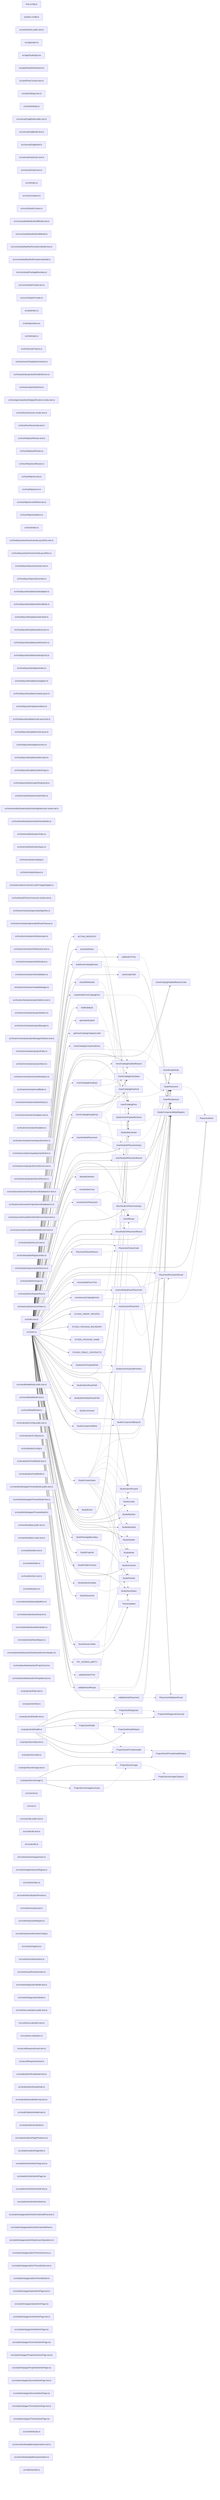
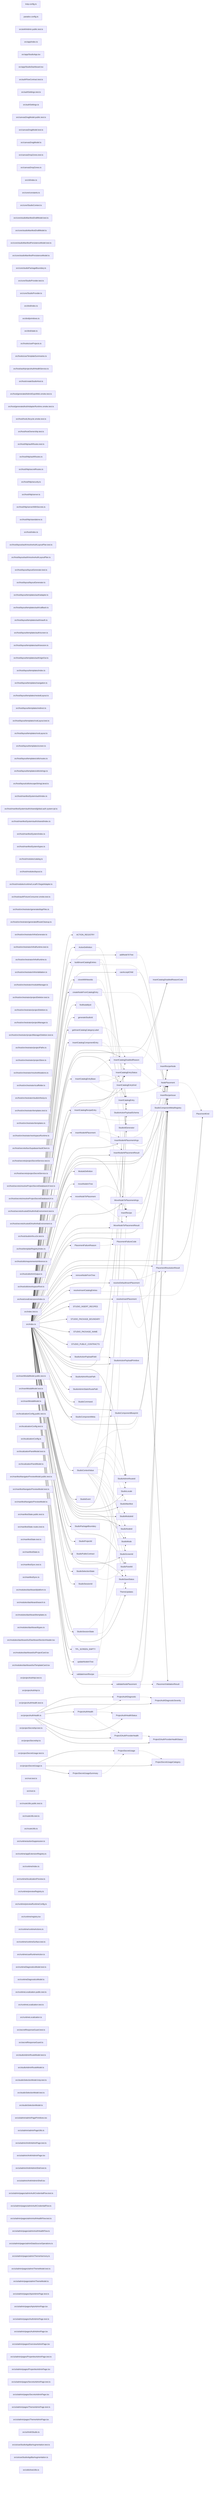
graph LR
  module_knip_config_ts["knip.config.ts"]
  module_paradox_config_ts["paradox.config.ts"]
  module_src_ankhAdmin_public_test_ts["src/ankhAdmin.public.test.ts"]
  module_src_app_index_ts["src/app/index.ts"]
  module_src_app_StudioApp_tsx["src/app/StudioApp.tsx"]
  module_src_app_StudioDashboard_tsx["src/app/StudioDashboard.tsx"]
  module_src_authFlowContract_test_ts["src/authFlowContract.test.ts"]
  module_src_authSettings_test_ts["src/authSettings.test.ts"]
  module_src_authSettings_ts["src/authSettings.ts"]
  module_src_canvasDragModel_public_test_ts["src/canvasDragModel.public.test.ts"]
  module_src_canvasDragModel_test_ts["src/canvasDragModel.test.ts"]
  module_src_canvasDragModel_ts["src/canvasDragModel.ts"]
  module_src_canvasDropZones_test_ts["src/canvasDropZones.test.ts"]
  module_src_canvasDropZones_ts["src/canvasDropZones.ts"]
  module_src_cli_index_ts["src/cli/index.ts"]
  module_src_core_constants_ts["src/core/constants.ts"]
  module_src_core_StudioContext_ts["src/core/StudioContext.ts"]
  module_src_core_studioManifestDraftModel_test_ts["src/core/studioManifestDraftModel.test.ts"]
  module_src_core_studioManifestDraftModel_ts["src/core/studioManifestDraftModel.ts"]
  module_src_core_studioManifestPersistenceModel_test_ts["src/core/studioManifestPersistenceModel.test.ts"]
  module_src_core_studioManifestPersistenceModel_ts["src/core/studioManifestPersistenceModel.ts"]
  module_src_core_studioPackageBoundary_ts["src/core/studioPackageBoundary.ts"]
  module_src_core_StudioProvider_test_ts["src/core/StudioProvider.test.ts"]
  module_src_core_StudioProvider_ts["src/core/StudioProvider.ts"]
  module_src_dnd_index_ts["src/dnd/index.ts"]
  module_src_dnd_primitives_ts["src/dnd/primitives.ts"]
  module_src_dnd_state_ts["src/dnd/state.ts"]
  module_src_hooks_useProjects_ts["src/hooks/useProjects.ts"]
  module_src_hooks_useTemplateSummaries_ts["src/hooks/useTemplateSummaries.ts"]
  module_src_host_auth_projectAuthHealthService_ts["src/host/auth/projectAuthHealthService.ts"]
  module_src_host_createStudioHost_ts["src/host/createStudioHost.ts"]
+   module_src_host_generatedAdminExpoWeb_smoke_test_ts["src/host/generatedAdminExpoWeb.smoke.test.ts"]
  module_src_host_generatedAuthAdapterRuntime_smoke_test_ts["src/host/generatedAuthAdapterRuntime.smoke.test.ts"]
  module_src_host_hostLifecycle_smoke_test_ts["src/host/hostLifecycle.smoke.test.ts"]
  module_src_host_hostOwnership_test_ts["src/host/hostOwnership.test.ts"]
  module_src_host_http_authRoutes_test_ts["src/host/http/authRoutes.test.ts"]
  module_src_host_http_authRoutes_ts["src/host/http/authRoutes.ts"]
  module_src_host_http_secretRoutes_ts["src/host/http/secretRoutes.ts"]
  module_src_host_http_security_ts["src/host/http/security.ts"]
  module_src_host_http_server_ts["src/host/http/server.ts"]
  module_src_host_http_serverWithSecrets_ts["src/host/http/serverWithSecrets.ts"]
  module_src_host_http_standalone_ts["src/host/http/standalone.ts"]
  module_src_host_index_ts["src/host/index.ts"]
  module_src_host_layout_auth_resolveAuthLayoutPlan_test_ts["src/host/layout/auth/resolveAuthLayoutPlan.test.ts"]
  module_src_host_layout_auth_resolveAuthLayoutPlan_ts["src/host/layout/auth/resolveAuthLayoutPlan.ts"]
  module_src_host_layout_layoutGenerator_test_ts["src/host/layout/layoutGenerator.test.ts"]
  module_src_host_layout_layoutGenerator_ts["src/host/layout/layoutGenerator.ts"]
  module_src_host_layout_templates_auth_adapter_ts["src/host/layout/templates/auth/adapter.ts"]
  module_src_host_layout_templates_auth_callback_ts["src/host/layout/templates/auth/callback.ts"]
  module_src_host_layout_templates_auth_oauth_ts["src/host/layout/templates/auth/oauth.ts"]
  module_src_host_layout_templates_auth_screen_ts["src/host/layout/templates/auth/screen.ts"]
  module_src_host_layout_templates_auth_session_ts["src/host/layout/templates/auth/session.ts"]
  module_src_host_layout_templates_auth_signOut_ts["src/host/layout/templates/auth/signOut.ts"]
  module_src_host_layout_templates_index_ts["src/host/layout/templates/index.ts"]
  module_src_host_layout_templates_navigation_ts["src/host/layout/templates/navigation.ts"]
  module_src_host_layout_templates_nestedLayout_ts["src/host/layout/templates/nestedLayout.ts"]
  module_src_host_layout_templates_redirect_ts["src/host/layout/templates/redirect.ts"]
  module_src_host_layout_templates_rootLayout_test_ts["src/host/layout/templates/rootLayout.test.ts"]
  module_src_host_layout_templates_rootLayout_ts["src/host/layout/templates/rootLayout.ts"]
  module_src_host_layout_templates_screen_ts["src/host/layout/templates/screen.ts"]
  module_src_host_layout_templates_utils_routes_ts["src/host/layout/templates/utils/routes.ts"]
  module_src_host_layout_templates_utils_strings_ts["src/host/layout/templates/utils/strings.ts"]
  module_src_host_layout_utils_escapeStringLiteral_ts["src/host/layout/utils/escapeStringLiteral.ts"]
  module_src_host_manifestSystem_auth_index_ts["src/host/manifestSystem/auth/index.ts"]
  module_src_host_manifestSystem_auth_shared_global_auth_system_tpl_ts["src/host/manifestSystem/auth/shared/global.auth.system.tpl.ts"]
  module_src_host_manifestSystem_auth_shared_index_ts["src/host/manifestSystem/auth/shared/index.ts"]
  module_src_host_manifestSystem_index_ts["src/host/manifestSystem/index.ts"]
  module_src_host_manifestSystem_types_ts["src/host/manifestSystem/types.ts"]
  module_src_host_modules_catalog_ts["src/host/modules/catalog.ts"]
  module_src_host_modules_layout_ts["src/host/modules/layout.ts"]
  module_src_host_modules_runtime_LocalFsTargetAdapter_ts["src/host/modules/runtime/LocalFsTargetAdapter.ts"]
  module_src_host_oauthFixtureConsumer_smoke_test_ts["src/host/oauthFixtureConsumer.smoke.test.ts"]
  module_src_host_orchestrator_generatedAppFiles_ts["src/host/orchestrator/generatedAppFiles.ts"]
  module_src_host_orchestrator_generatedRouteCleanup_ts["src/host/orchestrator/generatedRouteCleanup.ts"]
  module_src_host_orchestrator_infraGenerator_ts["src/host/orchestrator/infraGenerator.ts"]
  module_src_host_orchestrator_infraRuntime_test_ts["src/host/orchestrator/infraRuntime.test.ts"]
  module_src_host_orchestrator_infraRuntime_ts["src/host/orchestrator/infraRuntime.ts"]
  module_src_host_orchestrator_infraValidation_ts["src/host/orchestrator/infraValidation.ts"]
  module_src_host_orchestrator_moduleManager_ts["src/host/orchestrator/moduleManager.ts"]
  module_src_host_orchestrator_projectDeletion_test_ts["src/host/orchestrator/projectDeletion.test.ts"]
  module_src_host_orchestrator_projectDeletion_ts["src/host/orchestrator/projectDeletion.ts"]
  module_src_host_orchestrator_projectManager_ts["src/host/orchestrator/projectManager.ts"]
  module_src_host_orchestrator_projectManagerDeletion_test_ts["src/host/orchestrator/projectManagerDeletion.test.ts"]
  module_src_host_orchestrator_projectPaths_ts["src/host/orchestrator/projectPaths.ts"]
  module_src_host_orchestrator_projectStore_ts["src/host/orchestrator/projectStore.ts"]
  module_src_host_orchestrator_resolveMutations_ts["src/host/orchestrator/resolveMutations.ts"]
  module_src_host_orchestrator_scaffolder_ts["src/host/orchestrator/scaffolder.ts"]
  module_src_host_orchestrator_studioInfraUp_ts["src/host/orchestrator/studioInfraUp.ts"]
  module_src_host_orchestrator_templates_test_ts["src/host/orchestrator/templates.test.ts"]
  module_src_host_orchestrator_templates_ts["src/host/orchestrator/templates.ts"]
  module_src_host_orchestrator_workspaceRuntime_ts["src/host/orchestrator/workspaceRuntime.ts"]
  module_src_host_secrets_bunSupabaseVaultClient_ts["src/host/secrets/bunSupabaseVaultClient.ts"]
  module_src_host_secrets_projectSecretService_test_ts["src/host/secrets/projectSecretService.test.ts"]
  module_src_host_secrets_projectSecretService_ts["src/host/secrets/projectSecretService.ts"]
  module_src_host_secrets_resolveProjectSecretDatabaseUrl_test_ts["src/host/secrets/resolveProjectSecretDatabaseUrl.test.ts"]
  module_src_host_secrets_resolveProjectSecretDatabaseUrl_ts["src/host/secrets/resolveProjectSecretDatabaseUrl.ts"]
  module_src_host_secrets_trustedOAuthInfraEnvironment_test_ts["src/host/secrets/trustedOAuthInfraEnvironment.test.ts"]
  module_src_host_secrets_trustedOAuthInfraEnvironment_ts["src/host/secrets/trustedOAuthInfraEnvironment.ts"]
  module_src_host_studioInfra_e2e_test_ts["src/host/studioInfra.e2e.test.ts"]
  module_src_host_templateRegistry_index_ts["src/host/templateRegistry/index.ts"]
  module_src_host_utils_requirementsInference_ts["src/host/utils/requirementsInference.ts"]
  module_src_host_utils_trimOutput_ts["src/host/utils/trimOutput.ts"]
  module_src_host_utils_workspaceRoot_ts["src/host/utils/workspaceRoot.ts"]
  module_src_host_zoraExtensions_index_ts["src/host/zoraExtensions/index.ts"]
  module_src_index_test_ts["src/index.test.ts"]
  module_src_index_ts["src/index.ts"]
  module_src_insertModalModel_public_test_ts["src/insertModalModel.public.test.ts"]
  module_src_insertModalModel_test_ts["src/insertModalModel.test.ts"]
  module_src_insertModalModel_ts["src/insertModalModel.ts"]
  module_src_localizationConfig_public_test_ts["src/localizationConfig.public.test.ts"]
  module_src_localizationConfig_test_ts["src/localizationConfig.test.ts"]
  module_src_localizationConfig_ts["src/localizationConfig.ts"]
  module_src_localizationPanelModel_test_ts["src/localizationPanelModel.test.ts"]
  module_src_localizationPanelModel_ts["src/localizationPanelModel.ts"]
  module_src_manifestNavigatorPreviewModel_public_test_ts["src/manifestNavigatorPreviewModel.public.test.ts"]
  module_src_manifestNavigatorPreviewModel_test_ts["src/manifestNavigatorPreviewModel.test.ts"]
  module_src_manifestNavigatorPreviewModel_ts["src/manifestNavigatorPreviewModel.ts"]
  module_src_manifestState_public_test_ts["src/manifestState.public.test.ts"]
  module_src_manifestState_routes_test_ts["src/manifestState.routes.test.ts"]
  module_src_manifestState_test_ts["src/manifestState.test.ts"]
  module_src_manifestState_ts["src/manifestState.ts"]
  module_src_manifestSync_test_ts["src/manifestSync.test.ts"]
  module_src_manifestSync_ts["src/manifestSync.ts"]
  module_src_modules_dashboard_platform_ts["src/modules/dashboard/platform.ts"]
  module_src_modules_dashboard_search_ts["src/modules/dashboard/search.ts"]
  module_src_modules_dashboard_templates_ts["src/modules/dashboard/templates.ts"]
  module_src_modules_dashboard_types_ts["src/modules/dashboard/types.ts"]
  module_src_modules_dashboard_ui_DashboardSectionHeader_tsx["src/modules/dashboard/ui/DashboardSectionHeader.tsx"]
  module_src_modules_dashboard_ui_ProjectCard_tsx["src/modules/dashboard/ui/ProjectCard.tsx"]
  module_src_modules_dashboard_ui_TemplateCard_tsx["src/modules/dashboard/ui/TemplateCard.tsx"]
  module_src_projectAuthApi_test_ts["src/projectAuthApi.test.ts"]
  module_src_projectAuthApi_ts["src/projectAuthApi.ts"]
  module_src_projectAuthHealth_test_ts["src/projectAuthHealth.test.ts"]
  module_src_projectAuthHealth_ts["src/projectAuthHealth.ts"]
  module_src_projectSecretApi_test_ts["src/projectSecretApi.test.ts"]
  module_src_projectSecretApi_ts["src/projectSecretApi.ts"]
  module_src_projectSecretUsage_test_ts["src/projectSecretUsage.test.ts"]
  module_src_projectSecretUsage_ts["src/projectSecretUsage.ts"]
  module_src_root_test_ts["src/root.test.ts"]
  module_src_root_ts["src/root.ts"]
  module_src_routeUtils_public_test_ts["src/routeUtils.public.test.ts"]
  module_src_routeUtils_test_ts["src/routeUtils.test.ts"]
  module_src_routeUtils_ts["src/routeUtils.ts"]
  module_src_runtime_actionSuppression_ts["src/runtime/actionSuppression.ts"]
  module_src_runtime_appExtensionRegistry_ts["src/runtime/appExtensionRegistry.ts"]
  module_src_runtime_index_ts["src/runtime/index.ts"]
  module_src_runtime_localizationPreview_ts["src/runtime/localizationPreview.ts"]
-   module_src_runtime_overlay_test_ts["src/runtime/overlay.test.ts"]
  module_src_runtime_previewRegistry_ts["src/runtime/previewRegistry.ts"]
  module_src_runtime_previewRuntimeConfig_ts["src/runtime/previewRuntimeConfig.ts"]
  module_src_runtime_registry_tsx["src/runtime/registry.tsx"]
  module_src_runtime_runtimeActions_ts["src/runtime/runtimeActions.ts"]
+   module_src_runtime_runtimeSurface_test_ts["src/runtime/runtimeSurface.test.ts"]
  module_src_runtime_useRuntimeAction_ts["src/runtime/useRuntimeAction.ts"]
  module_src_runtimeDiagnosticsModel_test_ts["src/runtimeDiagnosticsModel.test.ts"]
  module_src_runtimeDiagnosticsModel_ts["src/runtimeDiagnosticsModel.ts"]
  module_src_runtimeLocalization_public_test_ts["src/runtimeLocalization.public.test.ts"]
  module_src_runtimeLocalization_test_ts["src/runtimeLocalization.test.ts"]
  module_src_runtimeLocalization_ts["src/runtimeLocalization.ts"]
  module_src_secretResponseGuard_test_ts["src/secretResponseGuard.test.ts"]
  module_src_secretResponseGuard_ts["src/secretResponseGuard.ts"]
  module_src_studioAdminRouteModel_test_ts["src/studioAdminRouteModel.test.ts"]
  module_src_studioAdminRouteModel_ts["src/studioAdminRouteModel.ts"]
  module_src_studioSelectionModel_knip_test_ts["src/studioSelectionModel.knip.test.ts"]
  module_src_studioSelectionModel_test_ts["src/studioSelectionModel.test.ts"]
  module_src_studioSelectionModel_ts["src/studioSelectionModel.ts"]
  module_src_ui_admin_adminPagePrimitives_tsx["src/ui/admin/adminPagePrimitives.tsx"]
  module_src_ui_admin_adminPageUtils_ts["src/ui/admin/adminPageUtils.ts"]
  module_src_ui_admin_AnkhAdminPage_test_ts["src/ui/admin/AnkhAdminPage.test.ts"]
  module_src_ui_admin_AnkhAdminPage_tsx["src/ui/admin/AnkhAdminPage.tsx"]
  module_src_ui_admin_AnkhAdminShell_test_ts["src/ui/admin/AnkhAdminShell.test.ts"]
  module_src_ui_admin_AnkhAdminShell_tsx["src/ui/admin/AnkhAdminShell.tsx"]
  module_src_ui_admin_pages_adminAuthCredentialFlow_test_ts["src/ui/admin/pages/adminAuthCredentialFlow.test.ts"]
  module_src_ui_admin_pages_adminAuthCredentialFlow_ts["src/ui/admin/pages/adminAuthCredentialFlow.ts"]
+   module_src_ui_admin_pages_adminAuthHealthFlow_test_ts["src/ui/admin/pages/adminAuthHealthFlow.test.ts"]
+   module_src_ui_admin_pages_adminAuthHealthFlow_ts["src/ui/admin/pages/adminAuthHealthFlow.ts"]
  module_src_ui_admin_pages_adminDataSourceOperations_ts["src/ui/admin/pages/adminDataSourceOperations.ts"]
  module_src_ui_admin_pages_adminThemeHarmony_ts["src/ui/admin/pages/adminThemeHarmony.ts"]
  module_src_ui_admin_pages_adminThemeModel_test_ts["src/ui/admin/pages/adminThemeModel.test.ts"]
  module_src_ui_admin_pages_adminThemeModel_ts["src/ui/admin/pages/adminThemeModel.ts"]
  module_src_ui_admin_pages_ApisAdminPage_test_ts["src/ui/admin/pages/ApisAdminPage.test.ts"]
  module_src_ui_admin_pages_ApisAdminPage_tsx["src/ui/admin/pages/ApisAdminPage.tsx"]
  module_src_ui_admin_pages_AuthAdminPage_test_ts["src/ui/admin/pages/AuthAdminPage.test.ts"]
  module_src_ui_admin_pages_AuthAdminPage_tsx["src/ui/admin/pages/AuthAdminPage.tsx"]
  module_src_ui_admin_pages_OverviewAdminPage_tsx["src/ui/admin/pages/OverviewAdminPage.tsx"]
  module_src_ui_admin_pages_PropertiesAdminPage_test_ts["src/ui/admin/pages/PropertiesAdminPage.test.ts"]
  module_src_ui_admin_pages_PropertiesAdminPage_tsx["src/ui/admin/pages/PropertiesAdminPage.tsx"]
  module_src_ui_admin_pages_SecretsAdminPage_test_ts["src/ui/admin/pages/SecretsAdminPage.test.ts"]
  module_src_ui_admin_pages_SecretsAdminPage_tsx["src/ui/admin/pages/SecretsAdminPage.tsx"]
  module_src_ui_admin_pages_ThemeAdminPage_test_ts["src/ui/admin/pages/ThemeAdminPage.test.ts"]
  module_src_ui_admin_pages_ThemeAdminPage_tsx["src/ui/admin/pages/ThemeAdminPage.tsx"]
  module_src_ui_AnkhStudio_ts["src/ui/AnkhStudio.ts"]
  module_src_ui_useStudioAppBarAugmentation_test_ts["src/ui/useStudioAppBarAugmentation.test.ts"]
  module_src_ui_useStudioAppBarAugmentation_ts["src/ui/useStudioAppBarAugmentation.ts"]
  module_src_utils_treeUtils_ts["src/utils/treeUtils.ts"]
  export_ACTION_REGISTRY["ACTION_REGISTRY"]
  module_src_index_ts --> export_ACTION_REGISTRY
  export_ActionDefinition["ActionDefinition"]
  module_src_index_ts --> export_ActionDefinition
  export_ActionDefinition -.-> export_StudioActionPayloadSchema
  export_addNodeToTree["addNodeToTree"]
  module_src_index_ts --> export_addNodeToTree
  export_addNodeToTree -.-> export_StudioComponentMetaRegistry
  export_buildInsertCatalogEntries["buildInsertCatalogEntries"]
  module_src_index_ts --> export_buildInsertCatalogEntries
  export_buildInsertCatalogEntries -.-> export_InsertCatalogEntry
  export_buildInsertCatalogEntries -.-> export_InsertRecipe
  export_buildInsertCatalogEntries -.-> export_StudioComponentMetaRegistry
  export_canAcceptChild["canAcceptChild"]
  module_src_index_ts --> export_canAcceptChild
  export_canAcceptChild -.-> export_StudioComponentMetaRegistry
  export_cloneWithNewIds["cloneWithNewIds"]
  module_src_index_ts --> export_cloneWithNewIds
  export_cloneWithNewIds -.-> export_StudioIdGenerator
  export_createNodeFromCatalogEntry["createNodeFromCatalogEntry"]
  module_src_index_ts --> export_createNodeFromCatalogEntry
  export_createNodeFromCatalogEntry -.-> export_InsertCatalogEntry
  export_createNodeFromCatalogEntry -.-> export_StudioComponentMetaRegistry
  export_createNodeFromCatalogEntry -.-> export_StudioIdGenerator
  export_findNodeById["findNodeById"]
  module_src_index_ts --> export_findNodeById
  export_generateStudioId["generateStudioId"]
  module_src_index_ts --> export_generateStudioId
  export_getInsertCatalogCategoryLabel["getInsertCatalogCategoryLabel"]
  module_src_index_ts --> export_getInsertCatalogCategoryLabel
  export_InsertCatalogComponentEntry["InsertCatalogComponentEntry"]
  module_src_index_ts --> export_InsertCatalogComponentEntry
  export_InsertCatalogComponentEntry -.-> export_InsertCatalogDisabledReason
  export_InsertCatalogComponentEntry -.-> export_InsertCatalogEntryStatus
  export_InsertCatalogComponentEntry -.-> export_NodePlacement
  export_InsertCatalogDisabledReason["InsertCatalogDisabledReason"]
  module_src_index_ts --> export_InsertCatalogDisabledReason
  export_InsertCatalogDisabledReason -.-> export_InsertCatalogDisabledReasonCode
  export_InsertCatalogDisabledReason -.-> export_InsertRecipeIssue
  export_InsertCatalogDisabledReasonCode["InsertCatalogDisabledReasonCode"]
  module_src_index_ts --> export_InsertCatalogDisabledReasonCode
  export_InsertCatalogEntry["InsertCatalogEntry"]
  module_src_index_ts --> export_InsertCatalogEntry
  export_InsertCatalogEntryBase["InsertCatalogEntryBase"]
  module_src_index_ts --> export_InsertCatalogEntryBase
  export_InsertCatalogEntryBase -.-> export_InsertCatalogDisabledReason
  export_InsertCatalogEntryBase -.-> export_InsertCatalogEntryKind
  export_InsertCatalogEntryBase -.-> export_InsertCatalogEntryStatus
  export_InsertCatalogEntryBase -.-> export_NodePlacement
  export_InsertCatalogEntryKind["InsertCatalogEntryKind"]
  module_src_index_ts --> export_InsertCatalogEntryKind
  export_InsertCatalogEntryStatus["InsertCatalogEntryStatus"]
  module_src_index_ts --> export_InsertCatalogEntryStatus
  export_InsertCatalogRecipeEntry["InsertCatalogRecipeEntry"]
  module_src_index_ts --> export_InsertCatalogRecipeEntry
  export_InsertCatalogRecipeEntry -.-> export_InsertCatalogDisabledReason
  export_InsertCatalogRecipeEntry -.-> export_InsertCatalogEntryStatus
  export_InsertCatalogRecipeEntry -.-> export_InsertRecipe
  export_InsertCatalogRecipeEntry -.-> export_NodePlacement
  export_insertNodeAtPlacement["insertNodeAtPlacement"]
  module_src_index_ts --> export_insertNodeAtPlacement
  export_insertNodeAtPlacement -.-> export_InsertNodeAtPlacementArgs
  export_insertNodeAtPlacement -.-> export_InsertNodeAtPlacementResult
  export_InsertNodeAtPlacementArgs["InsertNodeAtPlacementArgs"]
  module_src_index_ts --> export_InsertNodeAtPlacementArgs
  export_InsertNodeAtPlacementArgs -.-> export_NodePlacement
  export_InsertNodeAtPlacementArgs -.-> export_StudioComponentMetaRegistry
  export_InsertNodeAtPlacementResult["InsertNodeAtPlacementResult"]
  module_src_index_ts --> export_InsertNodeAtPlacementResult
  export_InsertRecipe["InsertRecipe"]
  module_src_index_ts --> export_InsertRecipe
  export_InsertRecipe -.-> export_InsertRecipeNode
  export_InsertRecipeIssue["InsertRecipeIssue"]
  module_src_index_ts --> export_InsertRecipeIssue
  export_InsertRecipeNode["InsertRecipeNode"]
  module_src_index_ts --> export_InsertRecipeNode
  export_ModuleDefinition["ModuleDefinition"]
  module_src_index_ts --> export_ModuleDefinition
  export_moveNodeInTree["moveNodeInTree"]
  module_src_index_ts --> export_moveNodeInTree
  export_moveNodeToPlacement["moveNodeToPlacement"]
  module_src_index_ts --> export_moveNodeToPlacement
  export_moveNodeToPlacement -.-> export_MoveNodeToPlacementArgs
  export_moveNodeToPlacement -.-> export_MoveNodeToPlacementResult
  export_MoveNodeToPlacementArgs["MoveNodeToPlacementArgs"]
  module_src_index_ts --> export_MoveNodeToPlacementArgs
  export_MoveNodeToPlacementArgs -.-> export_NodePlacement
  export_MoveNodeToPlacementArgs -.-> export_StudioComponentMetaRegistry
  export_MoveNodeToPlacementResult["MoveNodeToPlacementResult"]
  module_src_index_ts --> export_MoveNodeToPlacementResult
  export_NodePlacement["NodePlacement"]
  module_src_index_ts --> export_NodePlacement
  export_NodePlacement -.-> export_PlacementKind
  export_PlacementFailureCode["PlacementFailureCode"]
  module_src_index_ts --> export_PlacementFailureCode
  export_PlacementFailureReason["PlacementFailureReason"]
  module_src_index_ts --> export_PlacementFailureReason
  export_PlacementFailureReason -.-> export_PlacementFailureCode
  export_PlacementKind["PlacementKind"]
  module_src_index_ts --> export_PlacementKind
  export_PlacementResolutionResult["PlacementResolutionResult"]
  module_src_index_ts --> export_PlacementResolutionResult
  export_PlacementValidationResult["PlacementValidationResult"]
  module_src_index_ts --> export_PlacementValidationResult
  export_ProjectAuthDiagnostic["ProjectAuthDiagnostic"]
  module_src_projectAuthHealth_ts --> export_ProjectAuthDiagnostic
  export_ProjectAuthDiagnostic -.-> export_ProjectAuthDiagnosticSeverity
  export_ProjectAuthDiagnosticSeverity["ProjectAuthDiagnosticSeverity"]
  module_src_projectAuthHealth_ts --> export_ProjectAuthDiagnosticSeverity
  export_ProjectAuthHealth["ProjectAuthHealth"]
  module_src_projectAuthHealth_ts --> export_ProjectAuthHealth
  export_ProjectAuthHealth -.-> export_ProjectAuthDiagnostic
  export_ProjectAuthHealth -.-> export_ProjectAuthHealthStatus
  export_ProjectAuthHealth -.-> export_ProjectOAuthProviderHealth
  export_ProjectAuthHealthStatus["ProjectAuthHealthStatus"]
  module_src_projectAuthHealth_ts --> export_ProjectAuthHealthStatus
  export_ProjectOAuthProviderHealth["ProjectOAuthProviderHealth"]
  module_src_projectAuthHealth_ts --> export_ProjectOAuthProviderHealth
  export_ProjectOAuthProviderHealth -.-> export_ProjectOAuthProviderHealthStatus
  export_ProjectOAuthProviderHealthStatus["ProjectOAuthProviderHealthStatus"]
  module_src_projectAuthHealth_ts --> export_ProjectOAuthProviderHealthStatus
  export_ProjectSecretUsage["ProjectSecretUsage"]
  module_src_projectSecretUsage_ts --> export_ProjectSecretUsage
  export_ProjectSecretUsage -.-> export_ProjectSecretUsageCategory
  export_ProjectSecretUsageCategory["ProjectSecretUsageCategory"]
  module_src_projectSecretUsage_ts --> export_ProjectSecretUsageCategory
  export_ProjectSecretUsageSummary["ProjectSecretUsageSummary"]
  module_src_projectSecretUsage_ts --> export_ProjectSecretUsageSummary
  export_ProjectSecretUsageSummary -.-> export_ProjectSecretUsage
  export_removeNodeFromTree["removeNodeFromTree"]
  module_src_index_ts --> export_removeNodeFromTree
  export_resolveDefaultInsertPlacement["resolveDefaultInsertPlacement"]
  module_src_index_ts --> export_resolveDefaultInsertPlacement
  export_resolveDefaultInsertPlacement -.-> export_PlacementResolutionResult
  export_resolveDefaultInsertPlacement -.-> export_StudioComponentMetaRegistry
  export_resolveInsertCatalogEntries["resolveInsertCatalogEntries"]
  module_src_index_ts --> export_resolveInsertCatalogEntries
  export_resolveInsertCatalogEntries -.-> export_InsertCatalogEntry
  export_resolveInsertCatalogEntries -.-> export_StudioComponentMetaRegistry
  export_resolveInsertPlacement["resolveInsertPlacement"]
  module_src_index_ts --> export_resolveInsertPlacement
  export_resolveInsertPlacement -.-> export_PlacementKind
  export_resolveInsertPlacement -.-> export_PlacementResolutionResult
  export_resolveInsertPlacement -.-> export_StudioComponentMetaRegistry
  export_STUDIO_INSERT_RECIPES["STUDIO_INSERT_RECIPES"]
  module_src_index_ts --> export_STUDIO_INSERT_RECIPES
  export_STUDIO_PACKAGE_BOUNDARY["STUDIO_PACKAGE_BOUNDARY"]
  module_src_index_ts --> export_STUDIO_PACKAGE_BOUNDARY
  export_STUDIO_PACKAGE_NAME["STUDIO_PACKAGE_NAME"]
  module_src_index_ts --> export_STUDIO_PACKAGE_NAME
  export_STUDIO_PUBLIC_CONTRACTS["STUDIO_PUBLIC_CONTRACTS"]
  module_src_index_ts --> export_STUDIO_PUBLIC_CONTRACTS
  export_StudioActionPayloadField["StudioActionPayloadField"]
  module_src_index_ts --> export_StudioActionPayloadField
  export_StudioActionPayloadField -.-> export_StudioActionPayloadPrimitive
  export_StudioActionPayloadPrimitive["StudioActionPayloadPrimitive"]
  module_src_index_ts --> export_StudioActionPayloadPrimitive
  export_StudioActionPayloadSchema["StudioActionPayloadSchema"]
  module_src_index_ts --> export_StudioActionPayloadSchema
  export_StudioAdminRouteId["StudioAdminRouteId"]
  module_src_index_ts --> export_StudioAdminRouteId
  export_StudioAdminRoutePath["StudioAdminRoutePath"]
  module_src_index_ts --> export_StudioAdminRoutePath
  export_StudioAdminStaticRoutePath["StudioAdminStaticRoutePath"]
  module_src_index_ts --> export_StudioAdminStaticRoutePath
  export_StudioCommand["StudioCommand"]
  module_src_index_ts --> export_StudioCommand
  export_StudioComponentBlueprint["StudioComponentBlueprint"]
  module_src_index_ts --> export_StudioComponentBlueprint
  export_StudioComponentMeta["StudioComponentMeta"]
  module_src_index_ts --> export_StudioComponentMeta
  export_StudioComponentMeta -.-> export_StudioComponentBlueprint
  export_StudioComponentMetaRegistry["StudioComponentMetaRegistry"]
  module_src_index_ts --> export_StudioComponentMetaRegistry
  export_StudioContextValue["StudioContextValue"]
  module_src_index_ts --> export_StudioContextValue
  export_StudioContextValue -.-> export_InsertCatalogEntry
  export_StudioContextValue -.-> export_NodePlacement
  export_StudioContextValue -.-> export_StudioAdminRouteId
  export_StudioContextValue -.-> export_StudioLocale
  export_StudioContextValue -.-> export_StudioManifest
  export_StudioContextValue -.-> export_StudioMode
  export_StudioContextValue -.-> export_StudioModuleId
  export_StudioContextValue -.-> export_StudioNodeId
  export_StudioContextValue -.-> export_StudioPanelId
  export_StudioContextValue -.-> export_StudioSaveStatus
  export_StudioContextValue -.-> export_StudioScreenId
  export_StudioContextValue -.-> export_ThemeUpdates
  export_StudioEvent["StudioEvent"]
  module_src_index_ts --> export_StudioEvent
  export_StudioIdGenerator["StudioIdGenerator"]
  module_src_index_ts --> export_StudioIdGenerator
  export_StudioLocale["StudioLocale"]
  module_src_index_ts --> export_StudioLocale
  export_StudioManifest["StudioManifest"]
  module_src_index_ts --> export_StudioManifest
  export_StudioMode["StudioMode"]
  module_src_index_ts --> export_StudioMode
  export_StudioModuleId["StudioModuleId"]
  module_src_index_ts --> export_StudioModuleId
  export_StudioNodeId["StudioNodeId"]
  module_src_index_ts --> export_StudioNodeId
  export_StudioPackageBoundary["StudioPackageBoundary"]
  module_src_index_ts --> export_StudioPackageBoundary
  export_StudioPanelId["StudioPanelId"]
  module_src_index_ts --> export_StudioPanelId
  export_StudioProjectId["StudioProjectId"]
  module_src_index_ts --> export_StudioProjectId
  export_StudioPublicContract["StudioPublicContract"]
  module_src_index_ts --> export_StudioPublicContract
  export_StudioSaveStatus["StudioSaveStatus"]
  module_src_index_ts --> export_StudioSaveStatus
  export_StudioScreenId["StudioScreenId"]
  module_src_index_ts --> export_StudioScreenId
  export_StudioSelectionState["StudioSelectionState"]
  module_src_index_ts --> export_StudioSelectionState
  export_StudioSelectionState -.-> export_StudioAdminRouteId
  export_StudioSelectionState -.-> export_StudioPanelId
  export_StudioSessionId["StudioSessionId"]
  module_src_index_ts --> export_StudioSessionId
  export_StudioSessionState["StudioSessionState"]
  module_src_index_ts --> export_StudioSessionState
  export_StudioSessionState -.-> export_StudioMode
  export_StudioSessionState -.-> export_StudioSaveStatus
  export_ThemeUpdates["ThemeUpdates"]
  module_src_index_ts --> export_ThemeUpdates
  export_TPL_SCREEN_EMPTY["TPL_SCREEN_EMPTY"]
  module_src_index_ts --> export_TPL_SCREEN_EMPTY
  export_updateNodeInTree["updateNodeInTree"]
  module_src_index_ts --> export_updateNodeInTree
  export_validateInsertRecipe["validateInsertRecipe"]
  module_src_index_ts --> export_validateInsertRecipe
  export_validateInsertRecipe -.-> export_InsertRecipe
  export_validateInsertRecipe -.-> export_InsertRecipeIssue
  export_validateInsertRecipe -.-> export_StudioComponentMetaRegistry
  export_validateNodePlacement["validateNodePlacement"]
  module_src_index_ts --> export_validateNodePlacement
  export_validateNodePlacement -.-> export_NodePlacement
  export_validateNodePlacement -.-> export_PlacementValidationResult
  export_validateNodePlacement -.-> export_StudioComponentMetaRegistry
